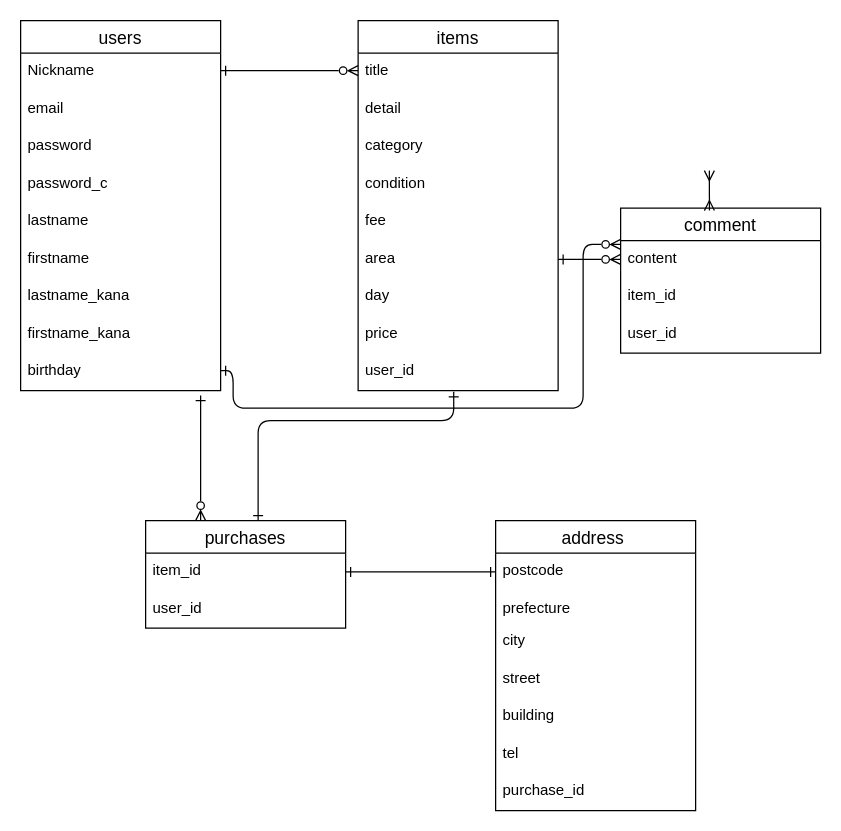
Before: app/ER.dio in izumi-kadoya/furima-39712, a draw.io diagram. Source tidied: cells renumbered, new cells numbered last; positions are measured from the earlier drawing's top-left corner, leaving out a move shared by most shapes. Both pictures are drawn from the tidied source at 125%, with x=0, y=0 at pixel (20, 20).
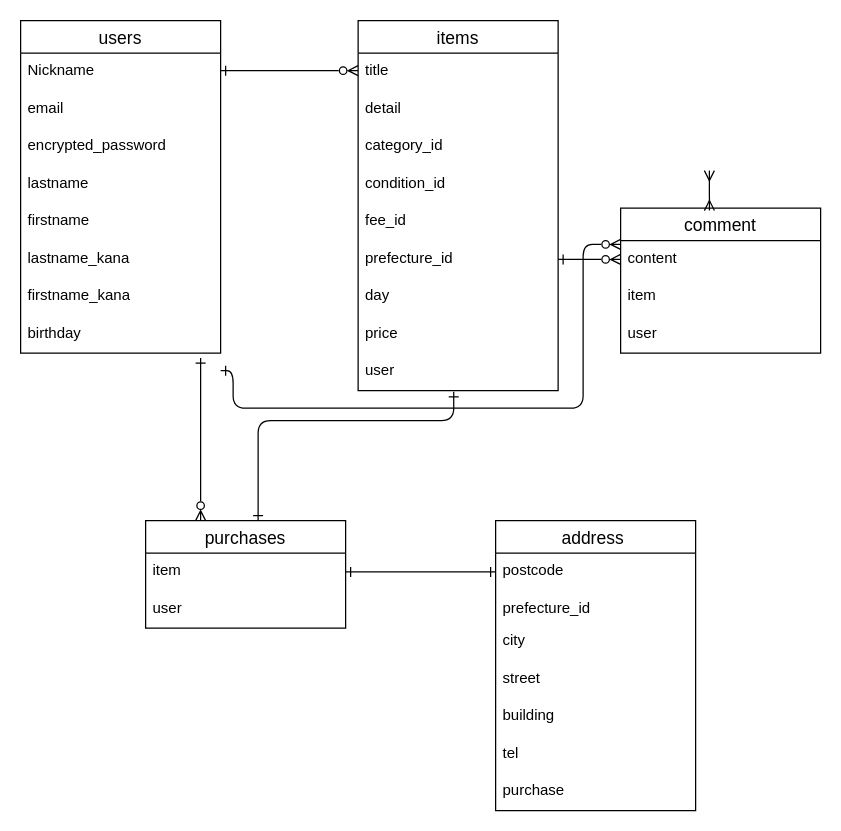
Above is the later version.

Commit message (it also covers changes not shown here):
データベース設計-2

Unchanged cells that the change refers to:
```xml
<mxCell id="12" value="items" style="swimlane;fontStyle=0;horizontal=1;startSize=26;align=center;fontSize=14;" parent="1" vertex="1">
  <mxGeometry x="270" width="160" height="296" as="geometry" />
</mxCell>
<mxCell id="23" value="purchases" style="swimlane;fontStyle=0;horizontal=1;startSize=26;align=center;fontSize=14;" parent="1" vertex="1">
  <mxGeometry x="100" y="400" width="160" height="86" as="geometry" />
</mxCell>
<mxCell id="26" value="comment" style="swimlane;fontStyle=0;horizontal=1;startSize=26;align=center;fontSize=14;" parent="1" vertex="1">
  <mxGeometry x="480" y="150" width="160" height="116" as="geometry" />
</mxCell>
<mxCell id="30" value="address " style="swimlane;fontStyle=0;horizontal=1;startSize=26;align=center;fontSize=14;" parent="1" vertex="1">
  <mxGeometry x="380" y="400" width="160" height="232" as="geometry" />
</mxCell>
```

The edit, as a diff of the source:
```diff
@@
     <mxCell id="2" value="users" style="swimlane;fontStyle=0;horizontal=1;startSize=26;align=center;fontSize=14;" parent="1" vertex="1">
-      <mxGeometry width="160" height="296" as="geometry" />
+      <mxGeometry width="160" height="266" as="geometry" />
     </mxCell>
@@
-    <mxCell id="5" value="password" style="text;strokeColor=none;fillColor=none;spacingLeft=4;spacingRight=4;overflow=hidden;fontSize=12;" parent="2" vertex="1">
+    <mxCell id="5" value="encrypted_password" style="text;strokeColor=none;fillColor=none;spacingLeft=4;spacingRight=4;overflow=hidden;fontSize=12;" parent="2" vertex="1">
       <mxGeometry y="86" width="160" height="30" as="geometry" />
     </mxCell>
-    <mxCell id="6" value="password_c" style="text;strokeColor=none;fillColor=none;spacingLeft=4;spacingRight=4;overflow=hidden;fontSize=12;" parent="2" vertex="1">
-      <mxGeometry y="116" width="160" height="30" as="geometry" />
-    </mxCell>
     <mxCell id="7" value="lastname" style="text;strokeColor=none;fillColor=none;spacingLeft=4;spacingRight=4;overflow=hidden;fontSize=12;" parent="2" vertex="1">
-      <mxGeometry y="146" width="160" height="30" as="geometry" />
+      <mxGeometry y="116" width="160" height="30" as="geometry" />
     </mxCell>
     <mxCell id="8" value="firstname" style="text;strokeColor=none;fillColor=none;spacingLeft=4;spacingRight=4;overflow=hidden;fontSize=12;" parent="2" vertex="1">
-      <mxGeometry y="176" width="160" height="30" as="geometry" />
+      <mxGeometry y="146" width="160" height="30" as="geometry" />
     </mxCell>
     <mxCell id="9" value="lastname_kana" style="text;strokeColor=none;fillColor=none;spacingLeft=4;spacingRight=4;overflow=hidden;fontSize=12;" parent="2" vertex="1">
-      <mxGeometry y="206" width="160" height="30" as="geometry" />
+      <mxGeometry y="176" width="160" height="30" as="geometry" />
     </mxCell>
     <mxCell id="10" value="firstname_kana" style="text;strokeColor=none;fillColor=none;spacingLeft=4;spacingRight=4;overflow=hidden;fontSize=12;" parent="2" vertex="1">
-      <mxGeometry y="236" width="160" height="30" as="geometry" />
+      <mxGeometry y="206" width="160" height="30" as="geometry" />
     </mxCell>
     <mxCell id="11" value="birthday" style="text;strokeColor=none;fillColor=none;spacingLeft=4;spacingRight=4;overflow=hidden;points=[[0,0.5],[1,0.5]];portConstraint=eastwest;fontSize=12;" parent="2" vertex="1">
-      <mxGeometry y="266" width="160" height="30" as="geometry" />
+      <mxGeometry y="236" width="160" height="30" as="geometry" />
     </mxCell>
@@
-    <mxCell id="15" value="category" style="text;strokeColor=none;fillColor=none;spacingLeft=4;spacingRight=4;overflow=hidden;fontSize=12;" parent="12" vertex="1">
+    <mxCell id="15" value="category_id" style="text;strokeColor=none;fillColor=none;spacingLeft=4;spacingRight=4;overflow=hidden;fontSize=12;" parent="12" vertex="1">
       <mxGeometry y="86" width="160" height="30" as="geometry" />
     </mxCell>
-    <mxCell id="16" value="condition" style="text;strokeColor=none;fillColor=none;spacingLeft=4;spacingRight=4;overflow=hidden;fontSize=12;" parent="12" vertex="1">
+    <mxCell id="16" value="condition_id" style="text;strokeColor=none;fillColor=none;spacingLeft=4;spacingRight=4;overflow=hidden;fontSize=12;" parent="12" vertex="1">
       <mxGeometry y="116" width="160" height="30" as="geometry" />
     </mxCell>
-    <mxCell id="17" value="fee" style="text;strokeColor=none;fillColor=none;spacingLeft=4;spacingRight=4;overflow=hidden;fontSize=12;" parent="12" vertex="1">
+    <mxCell id="17" value="fee_id" style="text;strokeColor=none;fillColor=none;spacingLeft=4;spacingRight=4;overflow=hidden;fontSize=12;" parent="12" vertex="1">
       <mxGeometry y="146" width="160" height="30" as="geometry" />
     </mxCell>
-    <mxCell id="18" value="area" style="text;strokeColor=none;fillColor=none;spacingLeft=4;spacingRight=4;overflow=hidden;points=[[0,0.5],[1,0.5]];portConstraint=eastwest;fontSize=12;" parent="12" vertex="1">
+    <mxCell id="18" value="prefecture_id" style="text;strokeColor=none;fillColor=none;spacingLeft=4;spacingRight=4;overflow=hidden;points=[[0,0.5],[1,0.5]];portConstraint=eastwest;fontSize=12;" parent="12" vertex="1">
       <mxGeometry y="176" width="160" height="30" as="geometry" />
     </mxCell>
@@
-    <mxCell id="21" value="user_id" style="text;strokeColor=none;fillColor=none;spacingLeft=4;spacingRight=4;overflow=hidden;points=[[0,0.5],[1,0.5]];portConstraint=eastwest;fontSize=12;" parent="12" vertex="1">
+    <mxCell id="21" value="user" style="text;strokeColor=none;fillColor=none;spacingLeft=4;spacingRight=4;overflow=hidden;points=[[0,0.5],[1,0.5]];portConstraint=eastwest;fontSize=12;" parent="12" vertex="1">
       <mxGeometry y="266" width="160" height="30" as="geometry" />
     </mxCell>
@@
-    <mxCell id="24" value="item_id" style="text;strokeColor=none;fillColor=none;spacingLeft=4;spacingRight=4;overflow=hidden;points=[[0,0.5],[1,0.5]];portConstraint=eastwest;fontSize=12;" parent="23" vertex="1">
+    <mxCell id="24" value="item" style="text;strokeColor=none;fillColor=none;spacingLeft=4;spacingRight=4;overflow=hidden;points=[[0,0.5],[1,0.5]];portConstraint=eastwest;fontSize=12;" parent="23" vertex="1">
       <mxGeometry y="26" width="160" height="30" as="geometry" />
     </mxCell>
-    <mxCell id="25" value="user_id" style="text;strokeColor=none;fillColor=none;spacingLeft=4;spacingRight=4;overflow=hidden;fontSize=12;" parent="23" vertex="1">
+    <mxCell id="25" value="user" style="text;strokeColor=none;fillColor=none;spacingLeft=4;spacingRight=4;overflow=hidden;fontSize=12;" parent="23" vertex="1">
       <mxGeometry y="56" width="160" height="30" as="geometry" />
     </mxCell>
@@
-    <mxCell id="28" value="item_id" style="text;strokeColor=none;fillColor=none;spacingLeft=4;spacingRight=4;overflow=hidden;fontSize=12;" parent="26" vertex="1">
+    <mxCell id="28" value="item" style="text;strokeColor=none;fillColor=none;spacingLeft=4;spacingRight=4;overflow=hidden;fontSize=12;" parent="26" vertex="1">
       <mxGeometry y="56" width="160" height="30" as="geometry" />
     </mxCell>
-    <mxCell id="29" value="user_id" style="text;strokeColor=none;fillColor=none;spacingLeft=4;spacingRight=4;overflow=hidden;fontSize=12;" parent="26" vertex="1">
+    <mxCell id="29" value="user" style="text;strokeColor=none;fillColor=none;spacingLeft=4;spacingRight=4;overflow=hidden;fontSize=12;" parent="26" vertex="1">
       <mxGeometry y="86" width="160" height="30" as="geometry" />
     </mxCell>
@@
-    <mxCell id="32" value="prefecture" style="text;strokeColor=none;fillColor=none;spacingLeft=4;spacingRight=4;overflow=hidden;fontSize=12;" parent="30" vertex="1">
+    <mxCell id="32" value="prefecture_id" style="text;strokeColor=none;fillColor=none;spacingLeft=4;spacingRight=4;overflow=hidden;fontSize=12;" parent="30" vertex="1">
       <mxGeometry y="56" width="160" height="26" as="geometry" />
     </mxCell>
@@
-    <mxCell id="37" value="purchase_id" style="text;strokeColor=none;fillColor=none;spacingLeft=4;spacingRight=4;overflow=hidden;fontSize=12;" parent="30" vertex="1">
+    <mxCell id="37" value="purchase" style="text;strokeColor=none;fillColor=none;spacingLeft=4;spacingRight=4;overflow=hidden;fontSize=12;" parent="30" vertex="1">
       <mxGeometry y="202" width="160" height="30" as="geometry" />
     </mxCell>
```
